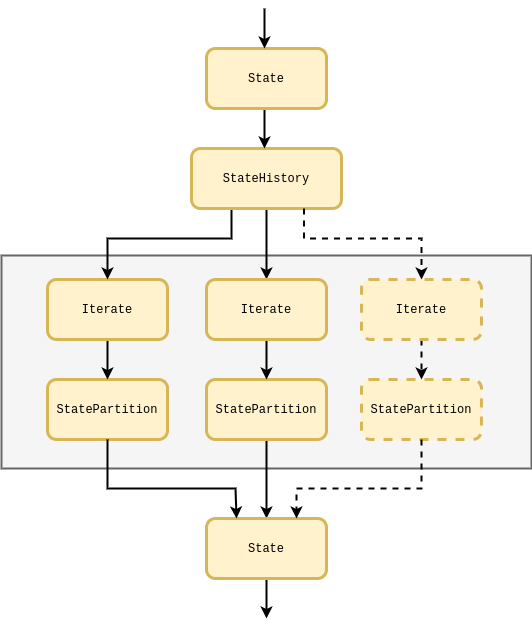
This is images/stochadex-loop.drawio.png from umbralcalc/worlds-of-observation, a draw.io export, as it was before one commit. Source tidied: cells renumbered, new cells last; positions are measured from the earlier drawing's top-left corner, leaving out a move shared by most shapes.
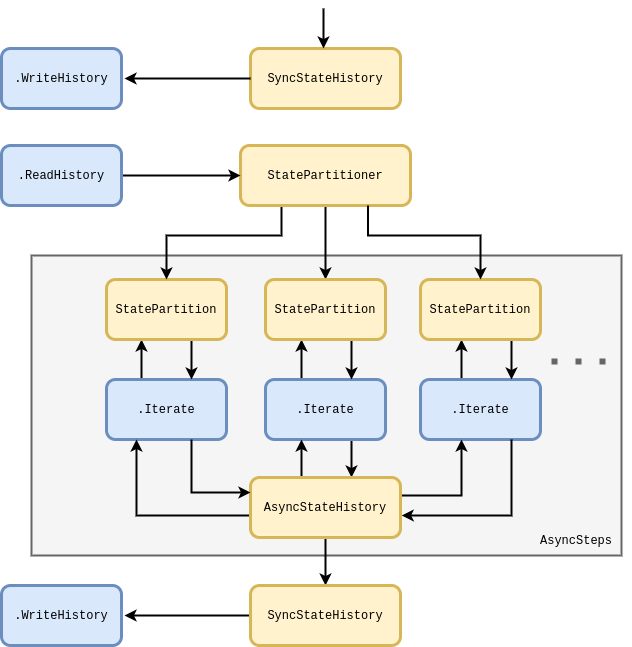
After the change.

What changed in the source:
```diff
@@ -3,97 +3,154 @@
     <mxCell id="0" />
     <mxCell id="1" parent="0" />
     <mxCell id="2" style="rounded=0;whiteSpace=wrap;html=1;fillColor=#f5f5f5;fontColor=#333333;strokeColor=#666666;strokeWidth=2;" parent="1" vertex="1">
-      <mxGeometry y="247" width="530" height="213" as="geometry" />
+      <mxGeometry x="-29" y="247" width="590" height="300" as="geometry" />
     </mxCell>
+    <mxCell id="24" style="edgeStyle=orthogonalEdgeStyle;rounded=0;jettySize=auto;html=1;strokeWidth=2;fontFamily=Courier New;" parent="1" edge="1" source="3" target="5">
+      <mxGeometry relative="1" as="geometry">
+        <Array as="points">
+          <mxPoint x="81" y="347" />
+          <mxPoint x="81" y="347" />
+        </Array>
+      </mxGeometry>
+    </mxCell>
-    <mxCell id="3" value="&lt;font style=&quot;&quot; face=&quot;Courier New&quot;&gt;StatePartition&lt;/font&gt;" style="rounded=1;whiteSpace=wrap;html=1;fillColor=#fff2cc;strokeColor=#d6b656;strokeWidth=3;" parent="1" vertex="1">
+    <mxCell id="3" value="&lt;font style=&quot;&quot; face=&quot;Courier New&quot;&gt;.Iterate&lt;/font&gt;" style="rounded=1;whiteSpace=wrap;html=1;fillColor=#dae8fc;strokeColor=#6c8ebf;strokeWidth=3;" parent="1" vertex="1">
       <mxGeometry x="46" y="371" width="120" height="60" as="geometry" />
     </mxCell>
     <mxCell id="4" style="edgeStyle=orthogonalEdgeStyle;rounded=0;jettySize=auto;html=1;strokeWidth=2;" parent="1" edge="1" source="5" target="3">
-      <mxGeometry relative="1" as="geometry" />
+      <mxGeometry relative="1" as="geometry">
+        <Array as="points">
+          <mxPoint x="131" y="347" />
+          <mxPoint x="131" y="347" />
+        </Array>
+      </mxGeometry>
     </mxCell>
-    <mxCell id="5" value="&lt;font face=&quot;Courier New&quot;&gt;Iterate&lt;/font&gt;" style="rounded=1;whiteSpace=wrap;html=1;fillColor=#fff2cc;strokeColor=#d6b656;strokeWidth=3;" parent="1" vertex="1">
+    <mxCell id="5" value="&lt;font face=&quot;Courier New&quot;&gt;StatePartition&lt;/font&gt;" style="rounded=1;whiteSpace=wrap;html=1;fillColor=#fff2cc;strokeColor=#d6b656;strokeWidth=3;" parent="1" vertex="1">
       <mxGeometry x="46" y="271" width="120" height="60" as="geometry" />
     </mxCell>
+    <mxCell id="7" style="edgeStyle=orthogonalEdgeStyle;rounded=0;jettySize=auto;html=1;fontFamily=Courier New;strokeWidth=2;" parent="1" edge="1" source="8" target="13">
+      <mxGeometry relative="1" as="geometry" />
+    </mxCell>
-    <mxCell id="6" style="edgeStyle=orthogonalEdgeStyle;rounded=0;jettySize=auto;html=1;entryX=0.5;entryY=0;entryDx=0;entryDy=0;exitX=0.5;exitY=1;exitDx=0;exitDy=0;strokeWidth=2;" parent="1" edge="1" source="8" target="5">
+    <mxCell id="6" style="edgeStyle=orthogonalEdgeStyle;rounded=0;jettySize=auto;html=1;entryX=0.5;entryY=0;entryDx=0;entryDy=0;strokeWidth=2;fontFamily=Courier New;" parent="1" edge="1" source="8" target="5">
       <mxGeometry relative="1" as="geometry">
         <Array as="points">
-          <mxPoint x="230" y="200" />
-          <mxPoint x="230" y="230" />
-          <mxPoint x="106" y="230" />
+          <mxPoint x="221" y="227" />
+          <mxPoint x="106" y="227" />
         </Array>
       </mxGeometry>
     </mxCell>
-    <mxCell id="7" style="edgeStyle=orthogonalEdgeStyle;rounded=0;jettySize=auto;html=1;fontFamily=Courier New;strokeWidth=2;" parent="1" edge="1" source="8" target="13">
-      <mxGeometry relative="1" as="geometry" />
-    </mxCell>
-    <mxCell id="8" value="&lt;font style=&quot;&quot; face=&quot;Courier New&quot;&gt;StateHistory&lt;/font&gt;" style="rounded=1;whiteSpace=wrap;html=1;fillColor=#fff2cc;strokeColor=#d6b656;strokeWidth=3;" parent="1" vertex="1">
-      <mxGeometry x="190" y="140" width="150" height="60" as="geometry" />
+    <mxCell id="8" value="&lt;font style=&quot;&quot; face=&quot;Courier New&quot;&gt;StatePartitioner&lt;/font&gt;" style="rounded=1;whiteSpace=wrap;html=1;fillColor=#fff2cc;strokeColor=#d6b656;strokeWidth=3;" parent="1" vertex="1">
+      <mxGeometry x="180" y="137" width="170" height="60" as="geometry" />
     </mxCell>
-    <mxCell id="9" style="edgeStyle=orthogonalEdgeStyle;rounded=0;orthogonalLoop=1;jettySize=auto;html=1;strokeWidth=2;" parent="1" edge="1">
-      <mxGeometry relative="1" as="geometry">
-        <mxPoint x="263" y="100" as="sourcePoint" />
-        <mxPoint x="263" y="140" as="targetPoint" />
-        <Array as="points">
-          <mxPoint x="262.7" y="108" />
-          <mxPoint x="262.7" y="108" />
-        </Array>
-      </mxGeometry>
-    </mxCell>
     <mxCell id="10" style="edgeStyle=orthogonalEdgeStyle;rounded=0;jettySize=auto;html=1;fontFamily=Courier New;strokeWidth=2;" parent="1" edge="1" source="11" target="18">
-      <mxGeometry relative="1" as="geometry" />
+      <mxGeometry relative="1" as="geometry">
+        <Array as="points">
+          <mxPoint x="291" y="451" />
+          <mxPoint x="291" y="451" />
+        </Array>
+      </mxGeometry>
     </mxCell>
+    <mxCell id="25" style="edgeStyle=orthogonalEdgeStyle;rounded=0;jettySize=auto;html=1;strokeWidth=2;fontFamily=Courier New;" parent="1" edge="1" source="11" target="13">
+      <mxGeometry relative="1" as="geometry">
+        <Array as="points">
+          <mxPoint x="241" y="357" />
+          <mxPoint x="241" y="357" />
+        </Array>
+      </mxGeometry>
+    </mxCell>
-    <mxCell id="11" value="&lt;font style=&quot;&quot; face=&quot;Courier New&quot;&gt;StatePartition&lt;/font&gt;" style="rounded=1;whiteSpace=wrap;html=1;fillColor=#fff2cc;strokeColor=#d6b656;strokeWidth=3;" parent="1" vertex="1">
+    <mxCell id="11" value="&lt;font style=&quot;&quot; face=&quot;Courier New&quot;&gt;.Iterate&lt;/font&gt;" style="rounded=1;whiteSpace=wrap;html=1;fillColor=#dae8fc;strokeColor=#6c8ebf;strokeWidth=3;" parent="1" vertex="1">
       <mxGeometry x="205" y="371" width="120" height="60" as="geometry" />
     </mxCell>
     <mxCell id="12" style="edgeStyle=orthogonalEdgeStyle;rounded=0;jettySize=auto;html=1;strokeWidth=2;" parent="1" edge="1" source="13" target="11">
-      <mxGeometry relative="1" as="geometry" />
+      <mxGeometry relative="1" as="geometry">
+        <Array as="points">
+          <mxPoint x="291" y="347" />
+          <mxPoint x="291" y="347" />
+        </Array>
+      </mxGeometry>
     </mxCell>
-    <mxCell id="13" value="&lt;font face=&quot;Courier New&quot;&gt;Iterate&lt;/font&gt;" style="rounded=1;whiteSpace=wrap;html=1;fillColor=#fff2cc;strokeColor=#d6b656;strokeWidth=3;" parent="1" vertex="1">
+    <mxCell id="13" value="&lt;font face=&quot;Courier New&quot;&gt;StatePartition&lt;/font&gt;" style="rounded=1;whiteSpace=wrap;html=1;fillColor=#fff2cc;strokeColor=#d6b656;strokeWidth=3;" parent="1" vertex="1">
       <mxGeometry x="205" y="271" width="120" height="60" as="geometry" />
     </mxCell>
+    <mxCell id="26" style="edgeStyle=orthogonalEdgeStyle;rounded=0;jettySize=auto;html=1;strokeWidth=2;fontFamily=Courier New;" parent="1" edge="1" source="14" target="16">
+      <mxGeometry relative="1" as="geometry">
+        <Array as="points">
+          <mxPoint x="401" y="347" />
+          <mxPoint x="401" y="347" />
+        </Array>
+      </mxGeometry>
+    </mxCell>
-    <mxCell id="14" value="&lt;font style=&quot;&quot; face=&quot;Courier New&quot;&gt;StatePartition&lt;/font&gt;" style="rounded=1;whiteSpace=wrap;html=1;fillColor=#fff2cc;dashed=1;strokeColor=#d6b656;strokeWidth=3;" parent="1" vertex="1">
+    <mxCell id="14" value="&lt;font style=&quot;&quot; face=&quot;Courier New&quot;&gt;.Iterate&lt;/font&gt;" style="rounded=1;whiteSpace=wrap;html=1;fillColor=#dae8fc;strokeColor=#6c8ebf;strokeWidth=3;" parent="1" vertex="1">
       <mxGeometry x="360" y="371" width="120" height="60" as="geometry" />
     </mxCell>
-    <mxCell id="15" style="edgeStyle=orthogonalEdgeStyle;rounded=0;jettySize=auto;html=1;dashed=1;strokeWidth=2;" parent="1" edge="1" source="16" target="14">
-      <mxGeometry relative="1" as="geometry" />
+    <mxCell id="15" style="edgeStyle=orthogonalEdgeStyle;rounded=0;jettySize=auto;html=1;strokeWidth=2;" parent="1" edge="1" source="16" target="14">
+      <mxGeometry relative="1" as="geometry">
+        <Array as="points">
+          <mxPoint x="451" y="347" />
+          <mxPoint x="451" y="347" />
+        </Array>
+      </mxGeometry>
     </mxCell>
-    <mxCell id="16" value="&lt;font face=&quot;Courier New&quot;&gt;Iterate&lt;/font&gt;" style="rounded=1;whiteSpace=wrap;html=1;fillColor=#fff2cc;dashed=1;strokeColor=#d6b656;strokeWidth=3;" parent="1" vertex="1">
+    <mxCell id="16" value="&lt;font face=&quot;Courier New&quot;&gt;StatePartition&lt;/font&gt;" style="rounded=1;whiteSpace=wrap;html=1;fillColor=#fff2cc;strokeColor=#d6b656;strokeWidth=3;" parent="1" vertex="1">
       <mxGeometry x="360" y="271" width="120" height="60" as="geometry" />
     </mxCell>
-    <mxCell id="17" style="edgeStyle=orthogonalEdgeStyle;rounded=0;jettySize=auto;html=1;fontFamily=Courier New;strokeWidth=2;" parent="1" edge="1" source="18">
+    <mxCell id="17" style="edgeStyle=orthogonalEdgeStyle;rounded=0;jettySize=auto;html=1;fontFamily=Courier New;strokeWidth=2;entryX=0.5;entryY=0;entryDx=0;entryDy=0;" parent="1" edge="1" source="18">
       <mxGeometry relative="1" as="geometry">
-        <mxPoint x="265" y="610" as="targetPoint" />
+        <mxPoint x="265" y="577" as="targetPoint" />
       </mxGeometry>
     </mxCell>
+    <mxCell id="27" style="edgeStyle=orthogonalEdgeStyle;rounded=0;jettySize=auto;html=1;strokeWidth=2;fontFamily=Courier New;" parent="1" edge="1" source="18" target="11">
+      <mxGeometry relative="1" as="geometry">
+        <Array as="points">
+          <mxPoint x="241" y="449" />
+          <mxPoint x="241" y="449" />
+        </Array>
+      </mxGeometry>
+    </mxCell>
+    <mxCell id="28" style="edgeStyle=orthogonalEdgeStyle;rounded=0;jettySize=auto;html=1;entryX=0.25;entryY=1;entryDx=0;entryDy=0;strokeWidth=2;fontFamily=Courier New;" parent="1" edge="1" source="18" target="3">
+      <mxGeometry relative="1" as="geometry">
+        <Array as="points">
+          <mxPoint x="76" y="507" />
+        </Array>
+      </mxGeometry>
+    </mxCell>
+    <mxCell id="29" style="edgeStyle=orthogonalEdgeStyle;rounded=0;jettySize=auto;html=1;strokeWidth=2;fontFamily=Courier New;" parent="1" edge="1" source="18" target="14">
+      <mxGeometry relative="1" as="geometry">
+        <Array as="points">
+          <mxPoint x="401" y="487" />
+        </Array>
+      </mxGeometry>
+    </mxCell>
-    <mxCell id="18" value="&lt;font style=&quot;&quot; face=&quot;Courier New&quot;&gt;State&lt;/font&gt;" style="rounded=1;whiteSpace=wrap;html=1;fillColor=#fff2cc;strokeColor=#d6b656;strokeWidth=3;" parent="1" vertex="1">
-      <mxGeometry x="205" y="510" width="120" height="60" as="geometry" />
+    <mxCell id="18" value="&lt;font style=&quot;&quot; face=&quot;Courier New&quot;&gt;AsyncStateHistory&lt;/font&gt;" style="rounded=1;whiteSpace=wrap;html=1;fillColor=#fff2cc;strokeColor=#d6b656;strokeWidth=3;" parent="1" vertex="1">
+      <mxGeometry x="190" y="469" width="150" height="60" as="geometry" />
     </mxCell>
-    <mxCell id="19" style="edgeStyle=orthogonalEdgeStyle;rounded=0;jettySize=auto;html=1;fontFamily=Courier New;exitX=0.5;exitY=1;exitDx=0;exitDy=0;entryX=0.25;entryY=0;entryDx=0;entryDy=0;strokeWidth=2;" parent="1" edge="1" source="3" target="18">
+    <mxCell id="19" style="edgeStyle=orthogonalEdgeStyle;rounded=0;jettySize=auto;html=1;fontFamily=Courier New;strokeWidth=2;entryX=0;entryY=0.25;entryDx=0;entryDy=0;" parent="1" edge="1" target="18">
       <mxGeometry relative="1" as="geometry">
+        <mxPoint x="131" y="437" as="sourcePoint" />
         <Array as="points">
-          <mxPoint x="106" y="480" />
-          <mxPoint x="234" y="480" />
+          <mxPoint x="131" y="431" />
+          <mxPoint x="131" y="484" />
         </Array>
       </mxGeometry>
     </mxCell>
-    <mxCell id="20" style="edgeStyle=orthogonalEdgeStyle;rounded=0;jettySize=auto;html=1;fontFamily=Courier New;exitX=0.5;exitY=1;exitDx=0;exitDy=0;entryX=0.75;entryY=0;entryDx=0;entryDy=0;dashed=1;strokeWidth=2;" parent="1" edge="1" source="14" target="18">
+    <mxCell id="20" style="edgeStyle=orthogonalEdgeStyle;rounded=0;jettySize=auto;html=1;fontFamily=Courier New;strokeWidth=2;entryX=1.008;entryY=0.633;entryDx=0;entryDy=0;entryPerimeter=0;" parent="1" edge="1" target="18">
       <mxGeometry relative="1" as="geometry">
+        <mxPoint x="451" y="431" as="sourcePoint" />
         <Array as="points">
-          <mxPoint x="420" y="480" />
-          <mxPoint x="295" y="480" />
+          <mxPoint x="451" y="431" />
+          <mxPoint x="451" y="507" />
         </Array>
       </mxGeometry>
     </mxCell>
-    <mxCell id="21" style="edgeStyle=orthogonalEdgeStyle;rounded=0;jettySize=auto;html=1;fontFamily=Courier New;exitX=0.75;exitY=1;exitDx=0;exitDy=0;entryX=0.5;entryY=0;entryDx=0;entryDy=0;dashed=1;strokeWidth=2;" parent="1" edge="1" source="8" target="16">
+    <mxCell id="21" style="edgeStyle=orthogonalEdgeStyle;rounded=0;jettySize=auto;html=1;fontFamily=Courier New;exitX=0.75;exitY=1;exitDx=0;exitDy=0;entryX=0.5;entryY=0;entryDx=0;entryDy=0;strokeWidth=2;" parent="1" edge="1" source="8" target="16">
       <mxGeometry relative="1" as="geometry">
         <Array as="points">
-          <mxPoint x="302" y="230" />
-          <mxPoint x="420" y="230" />
+          <mxPoint x="308" y="227" />
+          <mxPoint x="420" y="227" />
         </Array>
       </mxGeometry>
     </mxCell>
-    <mxCell id="22" value="&lt;font style=&quot;&quot; face=&quot;Courier New&quot;&gt;State&lt;/font&gt;" style="rounded=1;whiteSpace=wrap;html=1;fillColor=#fff2cc;strokeColor=#d6b656;strokeWidth=3;" parent="1" vertex="1">
-      <mxGeometry x="205" y="40" width="120" height="60" as="geometry" />
+    <mxCell id="22" value="&lt;font style=&quot;&quot; face=&quot;Courier New&quot;&gt;SyncStateHistory&lt;/font&gt;" style="rounded=1;whiteSpace=wrap;html=1;fillColor=#fff2cc;strokeColor=#d6b656;strokeWidth=3;" parent="1" vertex="1">
+      <mxGeometry x="190" y="40" width="150" height="60" as="geometry" />
     </mxCell>
     <mxCell id="23" style="edgeStyle=orthogonalEdgeStyle;rounded=0;orthogonalLoop=1;jettySize=auto;html=1;fontFamily=Courier New;strokeWidth=2;" parent="1" edge="1">
       <mxGeometry relative="1" as="geometry">
@@ -101,5 +158,43 @@
         <mxPoint x="263" y="40" as="targetPoint" />
       </mxGeometry>
     </mxCell>
+    <mxCell id="30" style="endArrow=none;dashed=1;html=1;dashPattern=1 3;strokeWidth=6;rounded=0;fontFamily=Courier New;fillColor=#f5f5f5;strokeColor=#666666;" parent="1" edge="1">
+      <mxGeometry relative="1" as="geometry">
+        <mxPoint x="491" y="353" as="sourcePoint" />
+        <mxPoint x="561" y="353" as="targetPoint" />
+      </mxGeometry>
+    </mxCell>
+    <mxCell id="31" value="&lt;font face=&quot;Courier New&quot;&gt;AsyncSteps&lt;/font&gt;" style="text;html=1;strokeColor=none;fillColor=none;align=center;verticalAlign=middle;whiteSpace=wrap;rounded=0;" parent="1" vertex="1">
+      <mxGeometry x="461" y="517" width="110" height="30" as="geometry" />
+    </mxCell>
+    <mxCell id="32" style="endArrow=classic;html=1;rounded=0;strokeWidth=2;fontFamily=Courier New;" parent="1" edge="1">
+      <mxGeometry relative="1" as="geometry">
+        <mxPoint x="51" y="167" as="sourcePoint" />
+        <mxPoint x="180" y="167" as="targetPoint" />
+      </mxGeometry>
+    </mxCell>
+    <mxCell id="33" style="endArrow=classic;html=1;rounded=0;strokeWidth=2;fontFamily=Courier New;exitX=0;exitY=0.5;exitDx=0;exitDy=0;" parent="1" edge="1" source="22">
+      <mxGeometry relative="1" as="geometry">
+        <mxPoint x="64" y="70" as="targetPoint" />
+      </mxGeometry>
+    </mxCell>
+    <mxCell id="34" style="endArrow=classic;html=1;rounded=0;strokeWidth=2;fontFamily=Courier New;" parent="1" edge="1">
+      <mxGeometry relative="1" as="geometry">
+        <mxPoint x="205" y="607" as="sourcePoint" />
+        <mxPoint x="64" y="607" as="targetPoint" />
+      </mxGeometry>
+    </mxCell>
+    <mxCell id="35" value="&lt;font face=&quot;Courier New&quot;&gt;.WriteHistory&lt;/font&gt;" style="rounded=1;whiteSpace=wrap;html=1;fillColor=#dae8fc;strokeColor=#6c8ebf;strokeWidth=3;" parent="1" vertex="1">
+      <mxGeometry x="-59" y="40" width="120" height="60" as="geometry" />
+    </mxCell>
+    <mxCell id="36" value="&lt;font face=&quot;Courier New&quot;&gt;.ReadHistory&lt;/font&gt;" style="rounded=1;whiteSpace=wrap;html=1;fillColor=#dae8fc;strokeColor=#6c8ebf;strokeWidth=3;" parent="1" vertex="1">
+      <mxGeometry x="-59" y="137" width="120" height="60" as="geometry" />
+    </mxCell>
+    <mxCell id="37" value="&lt;font face=&quot;Courier New&quot;&gt;.WriteHistory&lt;/font&gt;" style="rounded=1;whiteSpace=wrap;html=1;fillColor=#dae8fc;strokeColor=#6c8ebf;strokeWidth=3;" parent="1" vertex="1">
+      <mxGeometry x="-59" y="577" width="120" height="60" as="geometry" />
+    </mxCell>
+    <mxCell id="38" value="&lt;font style=&quot;&quot; face=&quot;Courier New&quot;&gt;SyncStateHistory&lt;/font&gt;" style="rounded=1;whiteSpace=wrap;html=1;fillColor=#fff2cc;strokeColor=#d6b656;strokeWidth=3;" parent="1" vertex="1">
+      <mxGeometry x="190" y="577" width="150" height="60" as="geometry" />
+    </mxCell>
   </root>
 </mxGraphModel>
```
